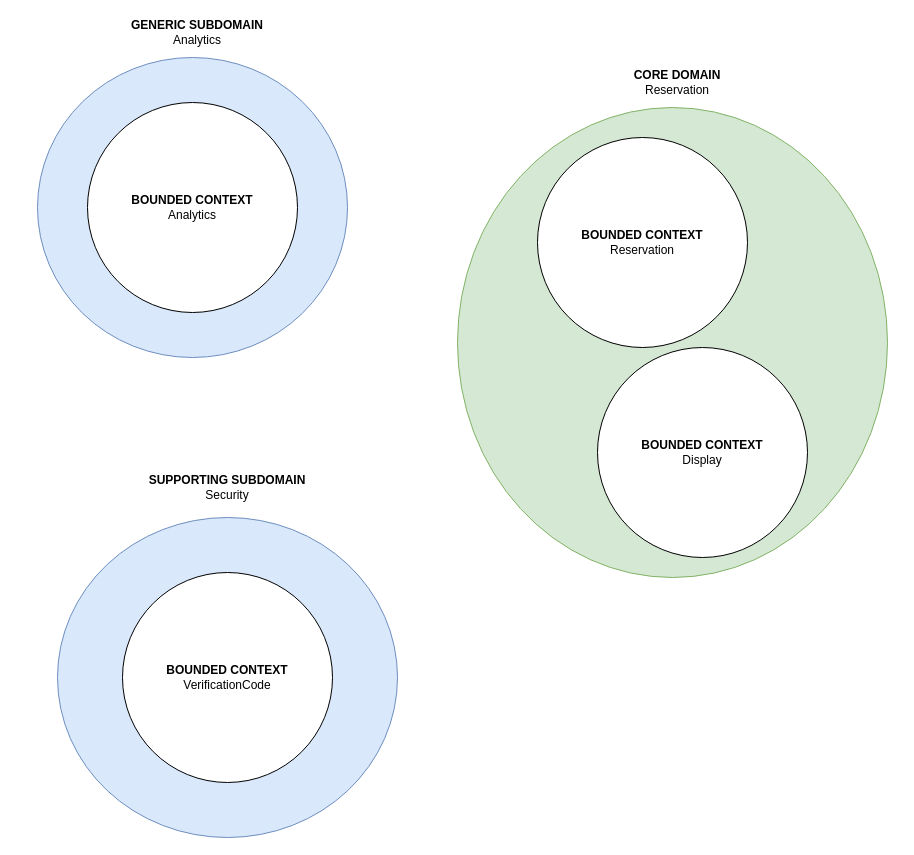
The draw.io diagram diagrams/Get-A-Room Context Map 2.drawio in mikaelvesavuori/get-a-room-ddd-example, before the edit. Source tidied: cells renumbered, new cells numbered last; positions are measured from the earlier drawing's top-left corner, leaving out a move shared by most shapes. Both pictures are drawn from the tidied source at 100%, with x=0, y=0 at pixel (17, 17).
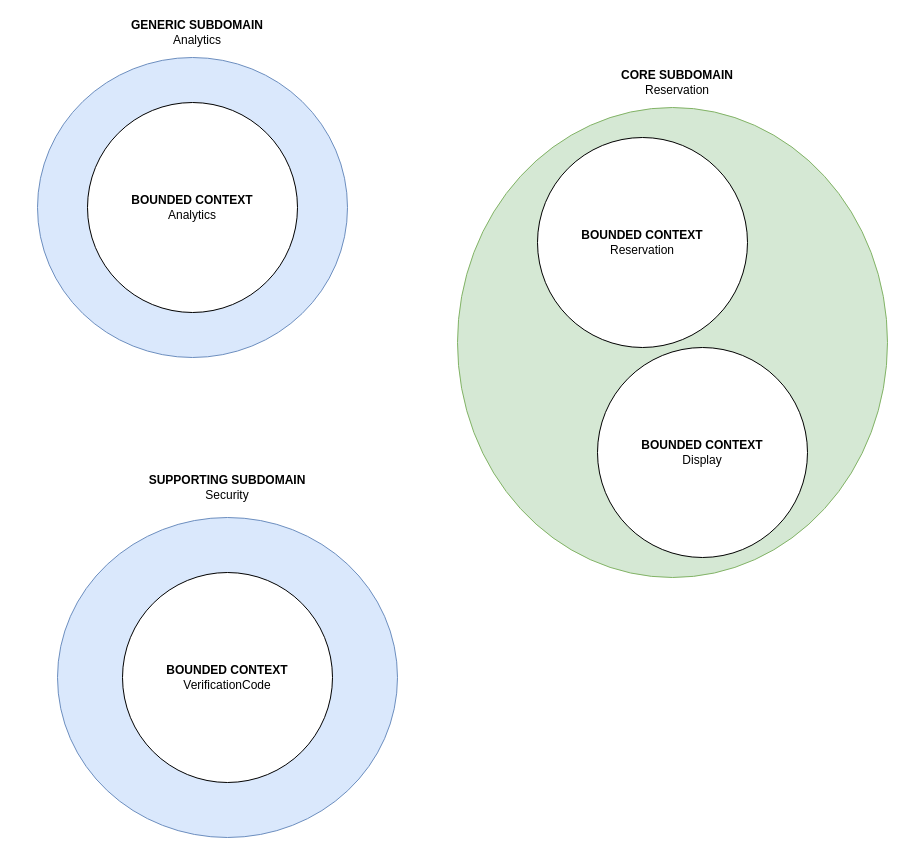
The same diagram, later.

The edit, as a diff of the source:
```diff
@@
 <mxGraphModel>
   <root>
     <mxCell id="0" />
     <mxCell id="1" parent="0" />
     <mxCell id="2" style="ellipse;whiteSpace=wrap;html=1;fillColor=#d5e8d4;strokeColor=#82b366;" parent="1" vertex="1">
       <mxGeometry x="440" y="90" width="430" height="470" as="geometry" />
     </mxCell>
     <mxCell id="3" style="ellipse;whiteSpace=wrap;html=1;fillColor=#dae8fc;strokeColor=#6c8ebf;" parent="1" vertex="1">
       <mxGeometry x="40" y="500" width="340" height="320" as="geometry" />
     </mxCell>
     <mxCell id="4" style="ellipse;whiteSpace=wrap;html=1;fillColor=#dae8fc;strokeColor=#6c8ebf;" parent="1" vertex="1">
       <mxGeometry x="20" y="40" width="310" height="300" as="geometry" />
     </mxCell>
-    <mxCell id="5" value="&lt;b&gt;CORE DOMAIN&lt;/b&gt;&lt;br&gt;Reservation" style="text;html=1;strokeColor=none;fillColor=none;align=center;verticalAlign=middle;whiteSpace=wrap;rounded=0;" parent="1" vertex="1">
+    <mxCell id="5" value="&lt;b&gt;CORE SUBDOMAIN&lt;/b&gt;&lt;br&gt;Reservation" style="text;html=1;strokeColor=none;fillColor=none;align=center;verticalAlign=middle;whiteSpace=wrap;rounded=0;" parent="1" vertex="1">
       <mxGeometry x="440" y="50" width="440" height="30" as="geometry" />
     </mxCell>
     <mxCell id="6" value="&lt;b&gt;GENERIC SUBDOMAIN&lt;/b&gt;&lt;br&gt;Analytics" style="text;html=1;strokeColor=none;fillColor=none;align=center;verticalAlign=middle;whiteSpace=wrap;rounded=0;" parent="1" vertex="1">
       <mxGeometry width="360" height="30" as="geometry" />
     </mxCell>
     <mxCell id="7" value="&lt;b&gt;SUPPORTING SUBDOMAIN&lt;/b&gt;&lt;br&gt;Security" style="text;html=1;strokeColor=none;fillColor=none;align=center;verticalAlign=middle;whiteSpace=wrap;rounded=0;" parent="1" vertex="1">
       <mxGeometry x="10" y="455" width="400" height="30" as="geometry" />
     </mxCell>
     <mxCell id="8" value="&lt;b&gt;BOUNDED CONTEXT&lt;/b&gt;&lt;br&gt;Analytics" style="ellipse;whiteSpace=wrap;html=1;" parent="1" vertex="1">
       <mxGeometry x="70" y="85" width="210" height="210" as="geometry" />
     </mxCell>
     <mxCell id="9" value="&lt;b&gt;BOUNDED CONTEXT&lt;/b&gt;&lt;br&gt;VerificationCode" style="ellipse;whiteSpace=wrap;html=1;" parent="1" vertex="1">
       <mxGeometry x="105" y="555" width="210" height="210" as="geometry" />
     </mxCell>
     <mxCell id="10" value="&lt;b&gt;BOUNDED CONTEXT&lt;/b&gt;&lt;br&gt;Display" style="ellipse;whiteSpace=wrap;html=1;" parent="1" vertex="1">
       <mxGeometry x="580" y="330" width="210" height="210" as="geometry" />
     </mxCell>
     <mxCell id="11" value="&lt;b&gt;BOUNDED CONTEXT&lt;/b&gt;&lt;br&gt;Reservation" style="ellipse;whiteSpace=wrap;html=1;" parent="1" vertex="1">
       <mxGeometry x="520" y="120" width="210" height="210" as="geometry" />
     </mxCell>
   </root>
 </mxGraphModel>
```
